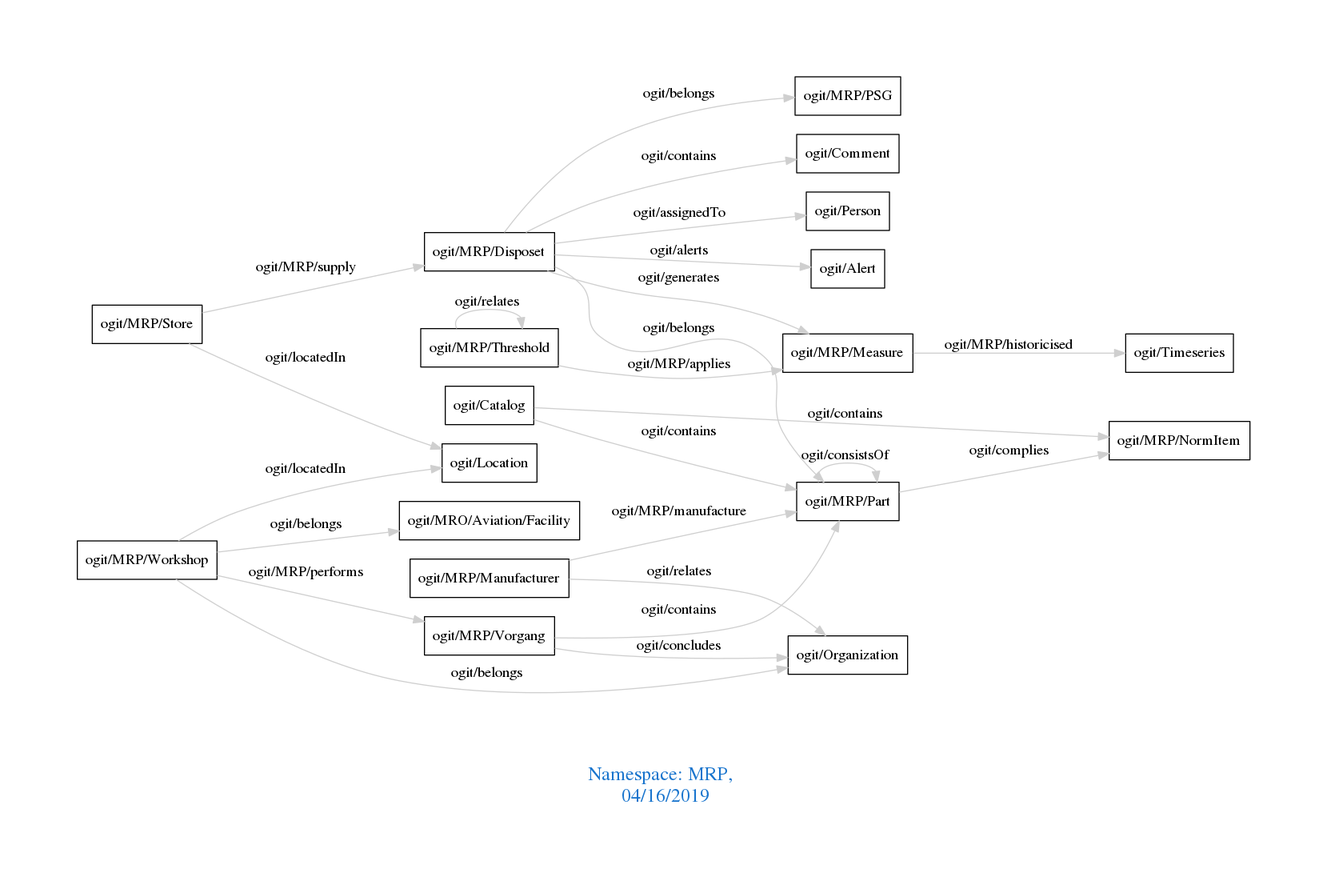
Above: downloads/MRP.png in arago/OGIT (Graphviz), before the change. Its source is kept beside it as downloads/MRP.dot.
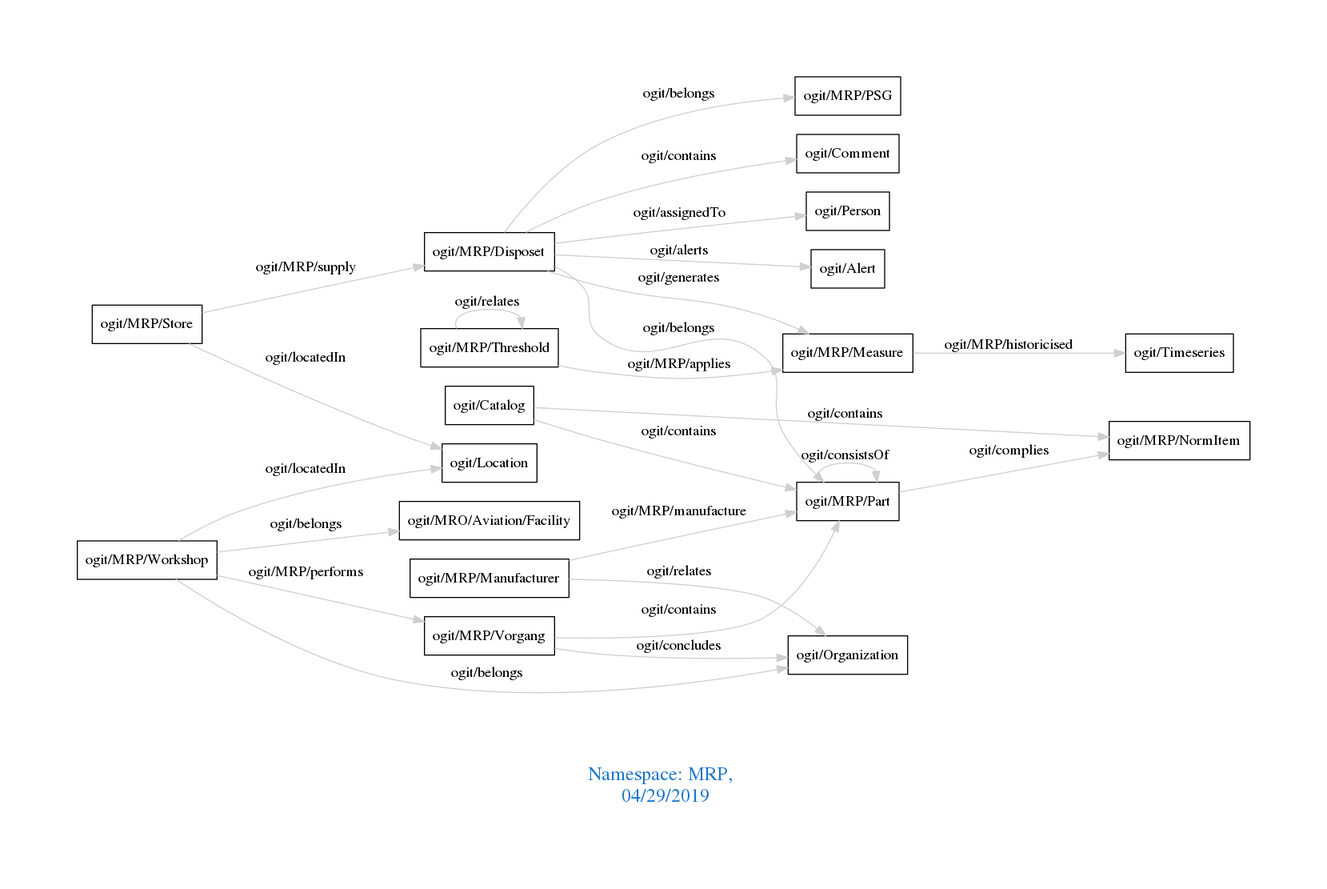
After the commit.

Change to the diagram source:
```diff
@@ -1,7 +1,7 @@
 digraph OGIT_ontology {
  graph [ rankdir= LR,pad=1
 fontsize = 18,
-fontcolor= dodgerblue3,label = "\n\n\nNamespace: MRP, \n 04/16/2019"];
+fontcolor= dodgerblue3,label = "\n\n\nNamespace: MRP, \n 04/29/2019"];
 node[shape=polygon];
 edge [  color="gray81"];
 
```
